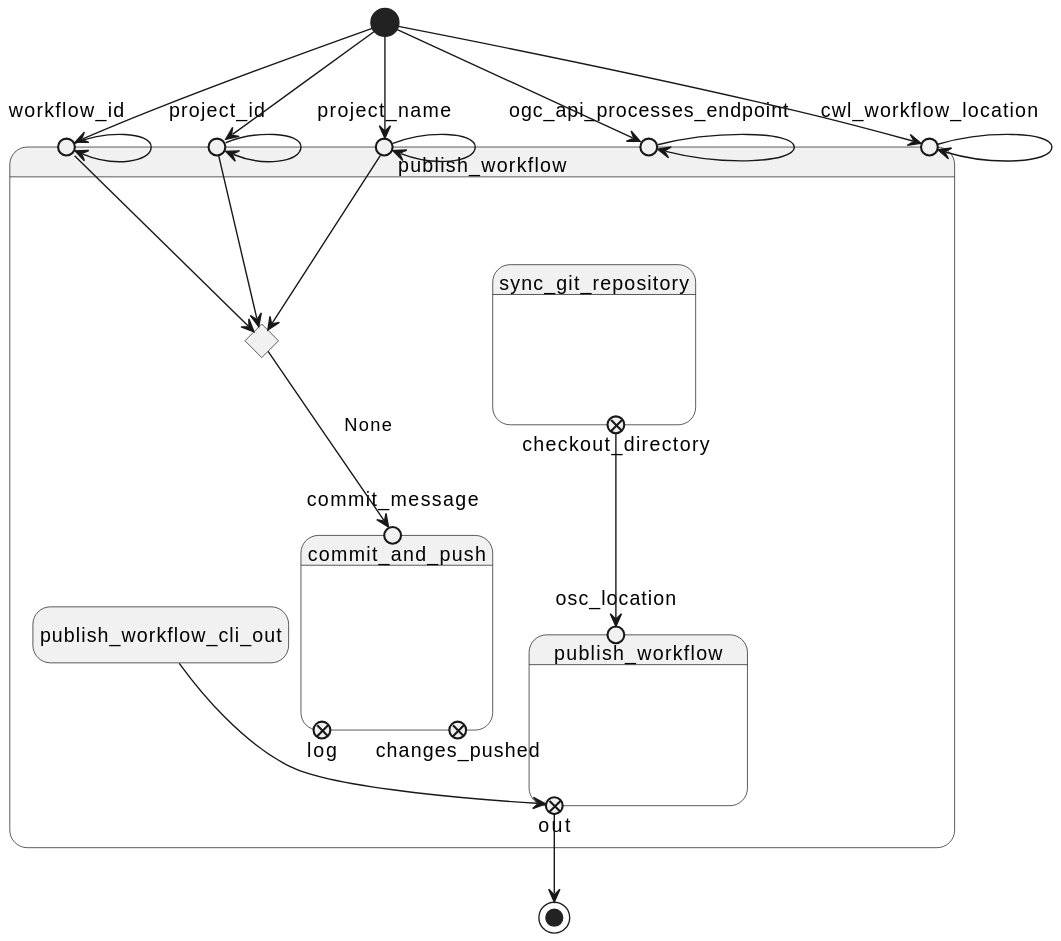
Before: docs/c4/components/workflow/publish_workflow/state.svg, a diagram exported from PlantUML (Terradue/osc-client).
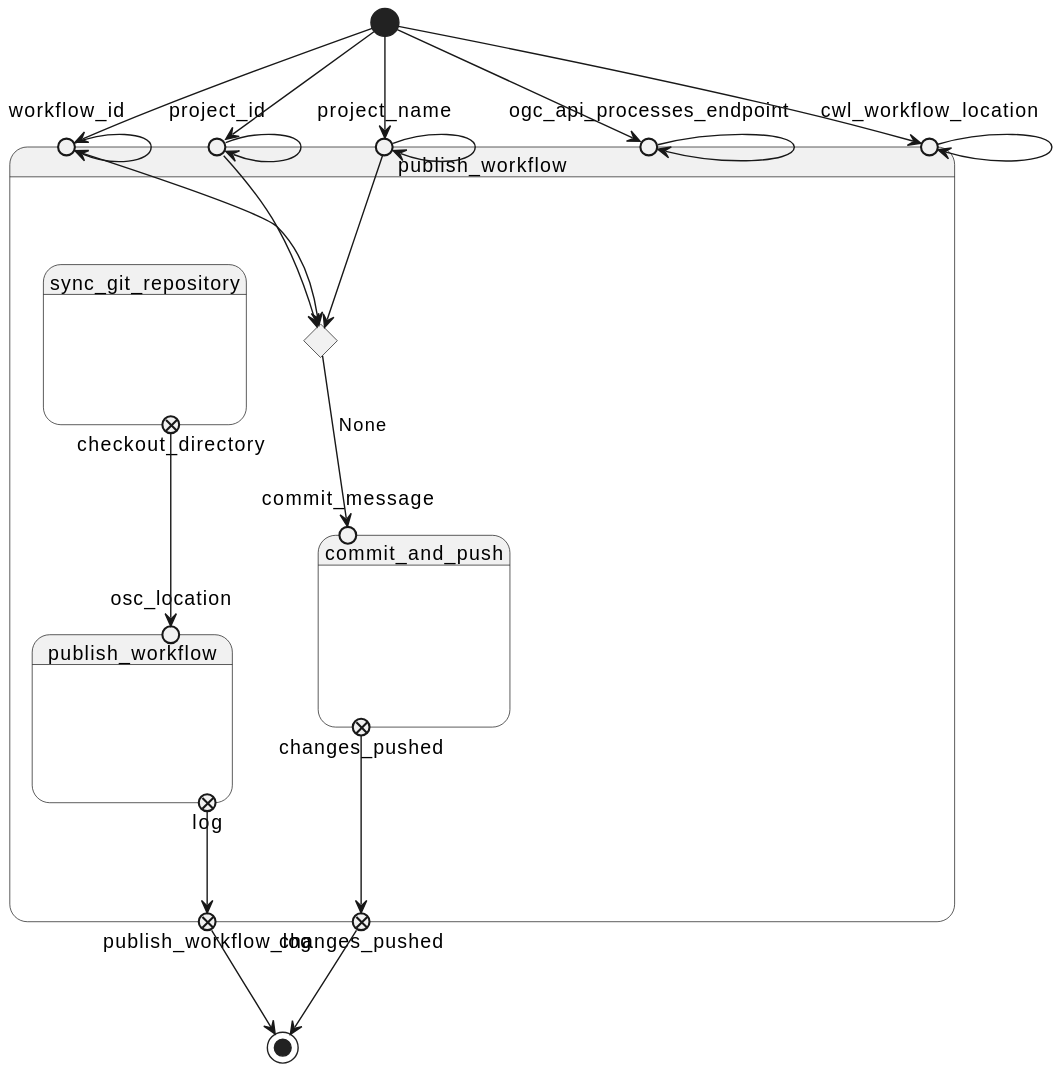
After the change.

Change to the diagram source:
```diff
@@ -19,6 +19,38 @@
     state "cwl_workflow_location" as publish_workflow_cwl_workflow_location <<entryPoint>>
 
 
+
+
+
+
+
+
+        state commit_and_push_commit_message_choice <<choice>>
+
+        publish_workflow_workflow_id --> commit_and_push_commit_message_choice
+
+        publish_workflow_project_name --> commit_and_push_commit_message_choice
+
+        publish_workflow_project_id --> commit_and_push_commit_message_choice
+
+
+
+
+    state commit_and_push {
+
+        state "commit_message" as commit_and_push_commit_message <<entryPoint>>
+
+
+        commit_and_push_commit_message_choice --> commit_and_push_commit_message : None
+
+
+
+
+
+        state "changes_pushed" as commit_and_push_changes_pushed <<exitPoint>>
+
+
+    }
 
 
 
@@ -103,7 +135,7 @@
 
 
 
-        state "out" as publish_workflow_out <<exitPoint>>
+        state "log" as publish_workflow_log <<exitPoint>>
 
 
     }
@@ -111,43 +143,14 @@
 
 
 
+state "publish_workflow_log" as publish_workflow_publish_workflow_log <<exitPoint>>
+
+publish_workflow_log --> publish_workflow_publish_workflow_log
 
 
-        state commit_and_push_commit_message_choice <<choice>>
+state "changes_pushed" as publish_workflow_changes_pushed <<exitPoint>>
 
-        publish_workflow_workflow_id --> commit_and_push_commit_message_choice
-
-        publish_workflow_project_name --> commit_and_push_commit_message_choice
-
-        publish_workflow_project_id --> commit_and_push_commit_message_choice
-
-
-
-
-    state commit_and_push {
-
-        state "commit_message" as commit_and_push_commit_message <<entryPoint>>
-
-
-        commit_and_push_commit_message_choice --> commit_and_push_commit_message : None
-
-
-
-
-
-        state "changes_pushed" as commit_and_push_changes_pushed <<exitPoint>>
-
-        state "log" as commit_and_push_log <<exitPoint>>
-
-
-    }
-
-
-
-
-state "out" as publish_workflow_out <<exitPoint>>
-
-publish_workflow_cli_out --> publish_workflow_out
+commit_and_push_changes_pushed --> publish_workflow_changes_pushed
 
 
 }
@@ -164,5 +167,7 @@
 
 
 
-publish_workflow_out --> [*]
+publish_workflow_publish_workflow_log --> [*]
+
+publish_workflow_changes_pushed --> [*]
 @enduml
```
